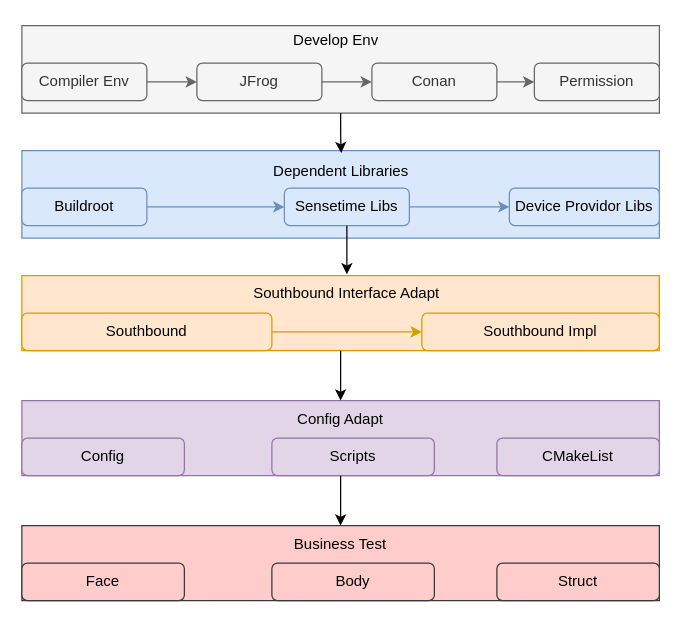
This is work_flow.drawio from zbb775885/diagram, a draw.io file, before an edit. Source tidied: cells renumbered, new cells numbered last; positions are measured from the earlier drawing's top-left corner, leaving out a move shared by most shapes. Both pictures are drawn from the tidied source at 125%, with x=0, y=0 at pixel (21, 21).
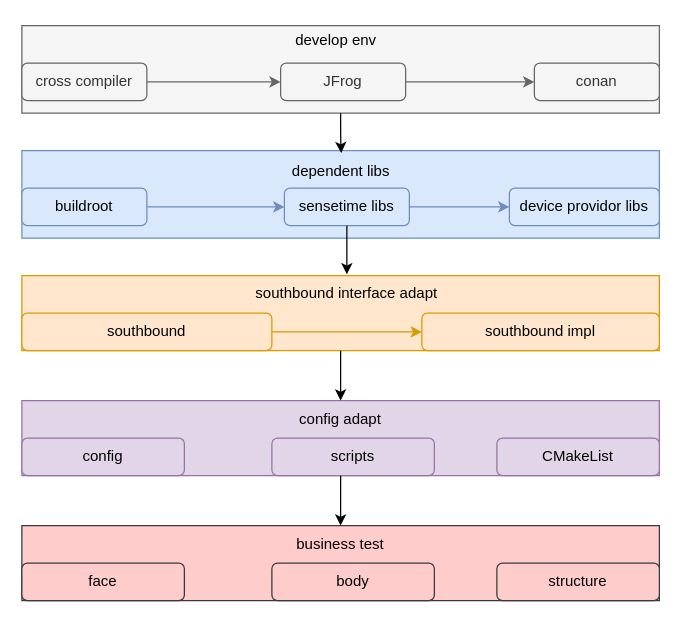
The same diagram, later.

Unchanged cells that the change refers to:
```xml
<mxCell id="2" style="group;" parent="1" vertex="1">
  <mxGeometry y="3" width="510" height="460" as="geometry" />
</mxCell>
```

What changed in the source:
```diff
@@
-    <mxCell id="8" value="Compiler Env" style="rounded=1;whiteSpace=wrap;html=1;fillColor=#f5f5f5;fontColor=#333333;strokeColor=#666666;" parent="2" vertex="1">
+    <mxCell id="8" value="cross compiler" style="rounded=1;whiteSpace=wrap;html=1;fillColor=#f5f5f5;fontColor=#333333;strokeColor=#666666;" parent="2" vertex="1">
       <mxGeometry y="30" width="100" height="30" as="geometry" />
     </mxCell>
     <mxCell id="9" value="JFrog" style="rounded=1;whiteSpace=wrap;html=1;fillColor=#f5f5f5;fontColor=#333333;strokeColor=#666666;" parent="2" vertex="1">
-      <mxGeometry x="140" y="30" width="100" height="30" as="geometry" />
+      <mxGeometry x="207" y="30" width="100" height="30" as="geometry" />
     </mxCell>
@@
-    <mxCell id="11" value="Conan" style="rounded=1;whiteSpace=wrap;html=1;fillColor=#f5f5f5;fontColor=#333333;strokeColor=#666666;" parent="2" vertex="1">
-      <mxGeometry x="280" y="30" width="100" height="30" as="geometry" />
+    <mxCell id="11" value="conan" style="rounded=1;whiteSpace=wrap;html=1;fillColor=#f5f5f5;fontColor=#333333;strokeColor=#666666;" parent="2" vertex="1">
+      <mxGeometry x="410" y="30" width="100" height="30" as="geometry" />
     </mxCell>
@@
-    <mxCell id="13" value="Permission" style="rounded=1;whiteSpace=wrap;html=1;fillColor=#f5f5f5;fontColor=#333333;strokeColor=#666666;" parent="2" vertex="1">
-      <mxGeometry x="410" y="30" width="100" height="30" as="geometry" />
-    </mxCell>
-    <mxCell id="14" style="edgeStyle=orthogonalEdgeStyle;rounded=0;jettySize=auto;html=1;fillColor=#f5f5f5;strokeColor=#666666;" parent="2" edge="1" source="11" target="13">
-      <mxGeometry relative="1" as="geometry" />
-    </mxCell>
-    <mxCell id="15" value="Buildroot" style="rounded=1;whiteSpace=wrap;html=1;fillColor=#dae8fc;strokeColor=#6c8ebf;" parent="2" vertex="1">
+    <mxCell id="15" value="buildroot" style="rounded=1;whiteSpace=wrap;html=1;fillColor=#dae8fc;strokeColor=#6c8ebf;" parent="2" vertex="1">
       <mxGeometry y="130" width="100" height="30" as="geometry" />
     </mxCell>
-    <mxCell id="16" value="Sensetime Libs" style="rounded=1;whiteSpace=wrap;html=1;fillColor=#dae8fc;strokeColor=#6c8ebf;" parent="2" vertex="1">
+    <mxCell id="16" value="sensetime libs" style="rounded=1;whiteSpace=wrap;html=1;fillColor=#dae8fc;strokeColor=#6c8ebf;" parent="2" vertex="1">
       <mxGeometry x="210" y="130" width="100" height="30" as="geometry" />
     </mxCell>
@@
-    <mxCell id="18" value="Device Providor Libs" style="rounded=1;whiteSpace=wrap;html=1;fillColor=#dae8fc;strokeColor=#6c8ebf;" parent="2" vertex="1">
+    <mxCell id="18" value="device providor libs" style="rounded=1;whiteSpace=wrap;html=1;fillColor=#dae8fc;strokeColor=#6c8ebf;" parent="2" vertex="1">
       <mxGeometry x="390" y="130" width="120" height="30" as="geometry" />
     </mxCell>
@@
-    <mxCell id="20" value="Southbound" style="rounded=1;whiteSpace=wrap;html=1;fillColor=#ffe6cc;strokeColor=#d79b00;" parent="2" vertex="1">
+    <mxCell id="20" value="southbound" style="rounded=1;whiteSpace=wrap;html=1;fillColor=#ffe6cc;strokeColor=#d79b00;" parent="2" vertex="1">
       <mxGeometry y="230" width="200" height="30" as="geometry" />
     </mxCell>
-    <mxCell id="21" value="Southbound Impl" style="rounded=1;whiteSpace=wrap;html=1;fillColor=#ffe6cc;strokeColor=#d79b00;" parent="2" vertex="1">
+    <mxCell id="21" value="southbound impl" style="rounded=1;whiteSpace=wrap;html=1;fillColor=#ffe6cc;strokeColor=#d79b00;" parent="2" vertex="1">
       <mxGeometry x="320" y="230" width="190" height="30" as="geometry" />
     </mxCell>
@@
-    <mxCell id="23" value="Config" style="rounded=1;whiteSpace=wrap;html=1;fillColor=#e1d5e7;strokeColor=#9673a6;" parent="2" vertex="1">
+    <mxCell id="23" value="config" style="rounded=1;whiteSpace=wrap;html=1;fillColor=#e1d5e7;strokeColor=#9673a6;" parent="2" vertex="1">
       <mxGeometry y="330" width="130" height="30" as="geometry" />
     </mxCell>
-    <mxCell id="24" value="Scripts" style="rounded=1;whiteSpace=wrap;html=1;fillColor=#e1d5e7;strokeColor=#9673a6;" parent="2" vertex="1">
+    <mxCell id="24" value="scripts" style="rounded=1;whiteSpace=wrap;html=1;fillColor=#e1d5e7;strokeColor=#9673a6;" parent="2" vertex="1">
       <mxGeometry x="200" y="330" width="130" height="30" as="geometry" />
     </mxCell>
@@
-    <mxCell id="26" value="Face" style="rounded=1;whiteSpace=wrap;html=1;fillColor=#ffcccc;strokeColor=#36393d;" parent="2" vertex="1">
+    <mxCell id="26" value="face" style="rounded=1;whiteSpace=wrap;html=1;fillColor=#ffcccc;strokeColor=#36393d;" parent="2" vertex="1">
       <mxGeometry y="430" width="130" height="30" as="geometry" />
     </mxCell>
-    <mxCell id="27" value="Body" style="rounded=1;whiteSpace=wrap;html=1;fillColor=#ffcccc;strokeColor=#36393d;" parent="2" vertex="1">
+    <mxCell id="27" value="body" style="rounded=1;whiteSpace=wrap;html=1;fillColor=#ffcccc;strokeColor=#36393d;" parent="2" vertex="1">
       <mxGeometry x="200" y="430" width="130" height="30" as="geometry" />
     </mxCell>
-    <mxCell id="28" value="Struct" style="rounded=1;whiteSpace=wrap;html=1;fillColor=#ffcccc;strokeColor=#36393d;" parent="2" vertex="1">
+    <mxCell id="28" value="structure" style="rounded=1;whiteSpace=wrap;html=1;fillColor=#ffcccc;strokeColor=#36393d;" parent="2" vertex="1">
       <mxGeometry x="380" y="430" width="130" height="30" as="geometry" />
     </mxCell>
-    <mxCell id="29" value="Develop Env" style="text;html=1;strokeColor=none;fillColor=none;align=center;verticalAlign=middle;whiteSpace=wrap;rounded=0;" parent="2" vertex="1">
+    <mxCell id="29" value="develop env" style="text;html=1;strokeColor=none;fillColor=none;align=center;verticalAlign=middle;whiteSpace=wrap;rounded=0;" parent="2" vertex="1">
       <mxGeometry x="210" y="-3" width="82.5" height="30" as="geometry" />
     </mxCell>
-    <mxCell id="30" value="&lt;font face=&quot;helvetica&quot;&gt;Dependent Libraries&lt;/font&gt;" style="text;html=1;strokeColor=none;fillColor=none;align=center;verticalAlign=middle;whiteSpace=wrap;rounded=0;" parent="2" vertex="1">
+    <mxCell id="30" value="&lt;font face=&quot;helvetica&quot;&gt;dependent libs&lt;/font&gt;" style="text;html=1;strokeColor=none;fillColor=none;align=center;verticalAlign=middle;whiteSpace=wrap;rounded=0;" parent="2" vertex="1">
       <mxGeometry x="186" y="102" width="139" height="30" as="geometry" />
     </mxCell>
@@
-    <mxCell id="32" value="Southbound Interface Adapt" style="text;html=1;strokeColor=none;fillColor=none;align=center;verticalAlign=middle;whiteSpace=wrap;rounded=0;" parent="2" vertex="1">
+    <mxCell id="32" value="southbound interface adapt" style="text;html=1;strokeColor=none;fillColor=none;align=center;verticalAlign=middle;whiteSpace=wrap;rounded=0;" parent="2" vertex="1">
       <mxGeometry x="172" y="199" width="176" height="30" as="geometry" />
     </mxCell>
@@
-    <mxCell id="34" value="Config Adapt" style="text;html=1;strokeColor=none;fillColor=none;align=center;verticalAlign=middle;whiteSpace=wrap;rounded=0;" parent="2" vertex="1">
+    <mxCell id="34" value="config adapt" style="text;html=1;strokeColor=none;fillColor=none;align=center;verticalAlign=middle;whiteSpace=wrap;rounded=0;" parent="2" vertex="1">
       <mxGeometry x="205" y="300" width="100" height="30" as="geometry" />
     </mxCell>
@@
-    <mxCell id="36" value="Business Test" style="text;html=1;strokeColor=none;fillColor=none;align=center;verticalAlign=middle;whiteSpace=wrap;rounded=0;" parent="2" vertex="1">
+    <mxCell id="36" value="business test" style="text;html=1;strokeColor=none;fillColor=none;align=center;verticalAlign=middle;whiteSpace=wrap;rounded=0;" parent="2" vertex="1">
       <mxGeometry x="210" y="400" width="90" height="30" as="geometry" />
     </mxCell>
```
